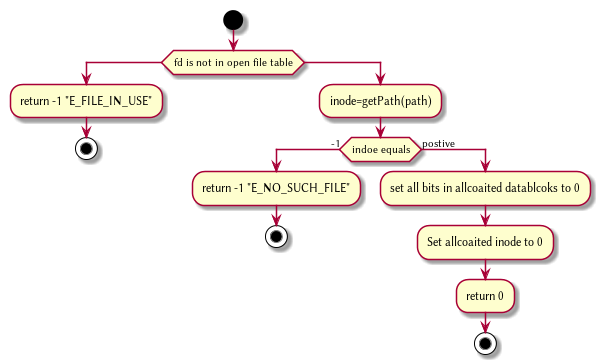
Earlier version of the PlantUML export Plant/FileDelete.png (HawaiinPizza/CIS-450-final-project).
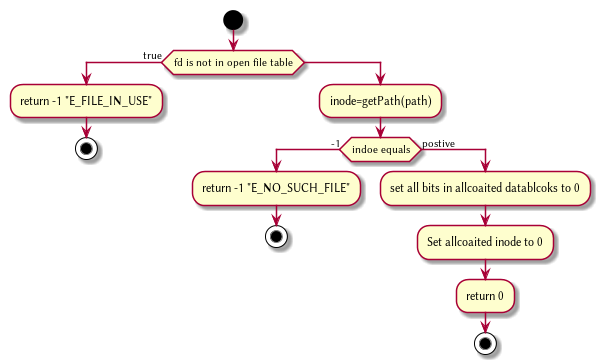
After the change.

What changed in the source:
```diff
@@ -1,6 +1,6 @@
 @startuml
 start
-   if(fd is not in open file table)
+   if(fd is not in open file table) then (true)
 	   :return -1 "E_FILE_IN_USE";
 	   stop
    else
```
